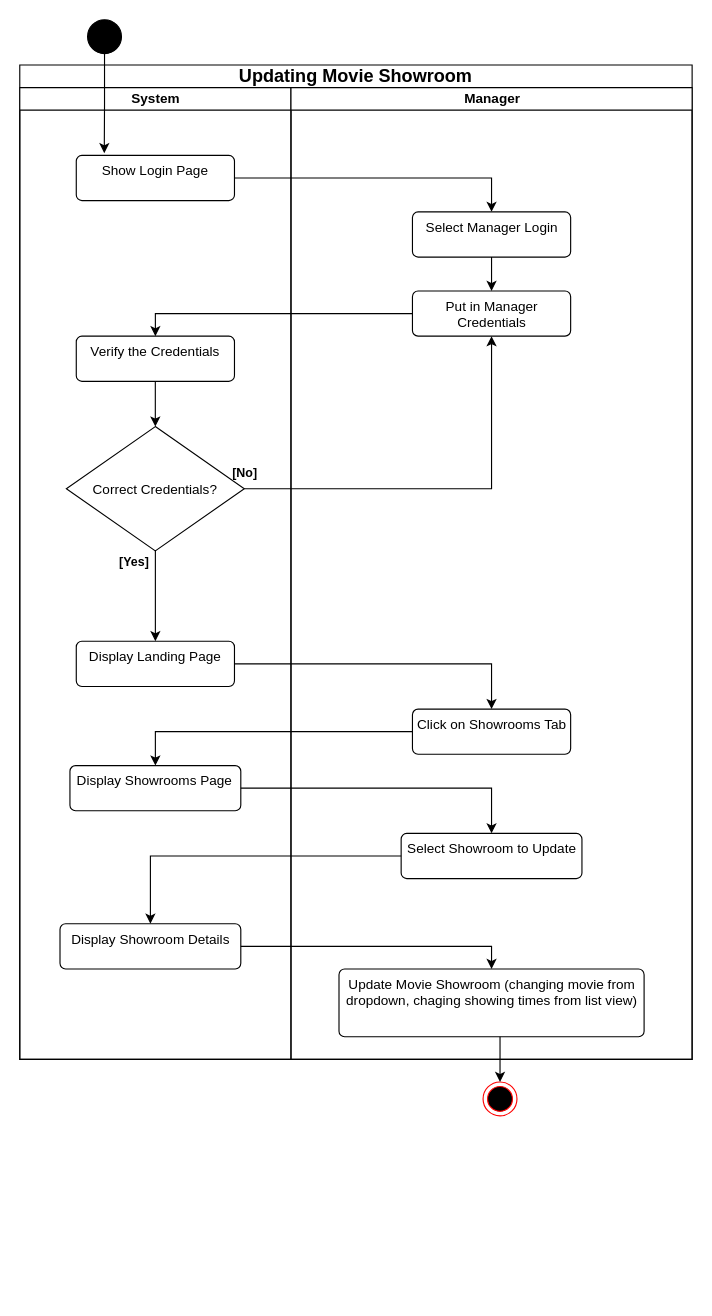
Above: updatingShowrooms_UML.drawio in JustinBouffard/MovieTheaterManagementApp (draw.io), before the change. Source tidied: cells renumbered, new cells numbered last; positions are measured from the earlier drawing's top-left corner, leaving out a move shared by most shapes. Both pictures are drawn from the tidied source at 113%, with x=0, y=0 at pixel (19, 19).
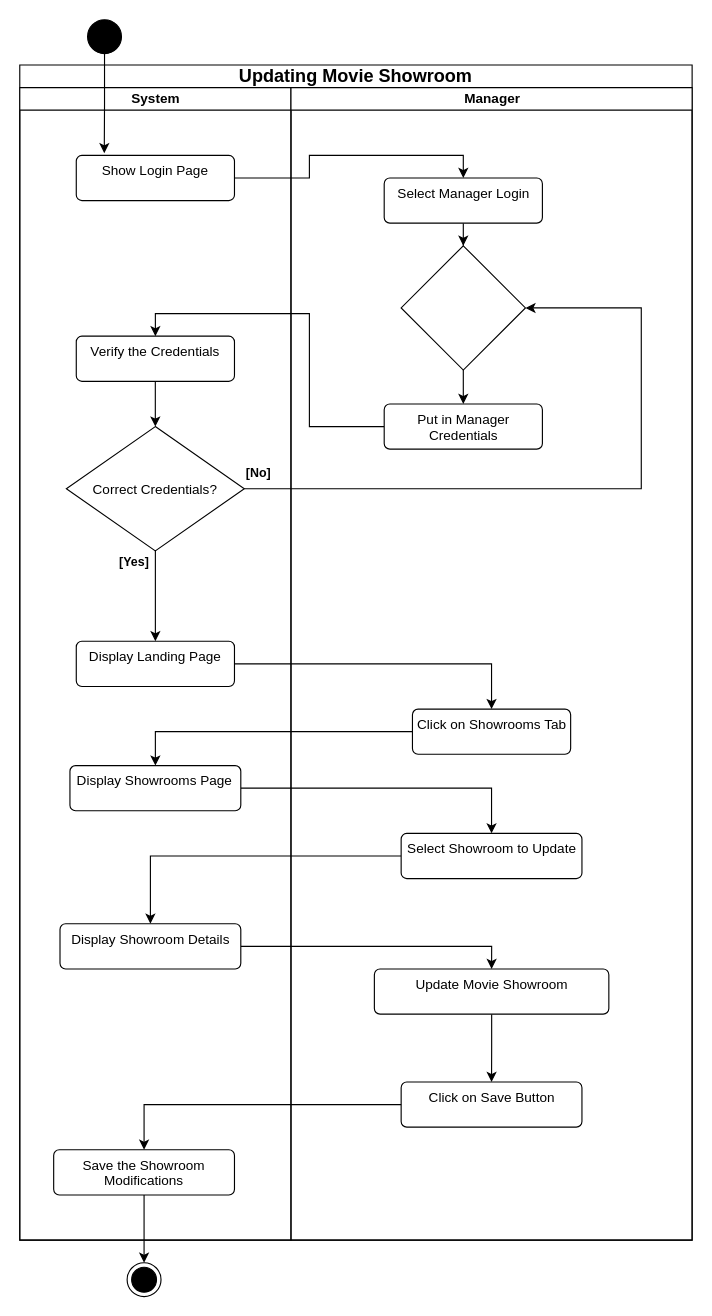
The same page after the edit.

Commit message (it also covers changes not shown here):
Finished showrooms diagram

Unchanged cells that the change refers to:
```xml
<mxCell id="4" value="Show Login Page" style="html=1;align=center;verticalAlign=top;rounded=1;absoluteArcSize=1;arcSize=10;dashed=0;whiteSpace=wrap;" parent="3" vertex="1">
  <mxGeometry x="50" y="60" width="140" height="40" as="geometry" />
</mxCell>
<mxCell id="7" value="Correct Credentials?" style="rhombus;" parent="3" vertex="1">
  <mxGeometry x="41.2" y="300" width="157.5" height="110" as="geometry" />
</mxCell>
<mxCell id="9" value="Verify the Credentials" style="html=1;align=center;verticalAlign=top;rounded=1;absoluteArcSize=1;arcSize=10;dashed=0;whiteSpace=wrap;" parent="3" vertex="1">
  <mxGeometry x="50" y="220" width="140" height="40" as="geometry" />
</mxCell>
<mxCell id="10" value="Display Landing Page" style="html=1;align=center;verticalAlign=top;rounded=1;absoluteArcSize=1;arcSize=10;dashed=0;whiteSpace=wrap;" parent="3" vertex="1">
  <mxGeometry x="50" y="490" width="140" height="40" as="geometry" />
</mxCell>
<mxCell id="11" value="Display Showrooms Page" style="html=1;align=center;verticalAlign=top;rounded=1;absoluteArcSize=1;arcSize=10;dashed=0;whiteSpace=wrap;" parent="3" vertex="1">
  <mxGeometry x="44.4" y="600" width="151.2" height="40" as="geometry" />
</mxCell>
<mxCell id="12" value="Display Showroom Details" style="html=1;align=center;verticalAlign=top;rounded=1;absoluteArcSize=1;arcSize=10;dashed=0;whiteSpace=wrap;" parent="3" vertex="1">
  <mxGeometry x="35.6" y="740" width="160" height="40" as="geometry" />
</mxCell>
<mxCell id="15" value="Click on Showrooms Tab" style="html=1;align=center;verticalAlign=top;rounded=1;absoluteArcSize=1;arcSize=10;dashed=0;whiteSpace=wrap;" parent="13" vertex="1">
  <mxGeometry x="107.5" y="550" width="140" height="40" as="geometry" />
</mxCell>
<mxCell id="16" value="Select Showroom to Update" style="html=1;align=center;verticalAlign=top;rounded=1;absoluteArcSize=1;arcSize=10;dashed=0;whiteSpace=wrap;" parent="13" vertex="1">
  <mxGeometry x="97.5" y="660" width="160" height="40" as="geometry" />
</mxCell>
```

The edit, as a diff of the source:
```diff
@@
     <mxCell id="2" value="&lt;span id=&quot;docs-internal-guid-aaa53051-7fff-d8b7-7d51-b51199adc41f&quot; style=&quot;&quot;&gt;&lt;span style=&quot;font-size: 12pt; background-color: transparent; font-variant-numeric: normal; font-variant-east-asian: normal; font-variant-alternates: normal; font-variant-position: normal; font-variant-emoji: normal; vertical-align: baseline; white-space: pre-wrap;&quot;&gt;Updating Movie Showroom&lt;/span&gt;&lt;/span&gt;" style="swimlane;startSize=20;html=1;verticalAlign=middle;whiteSpace=wrap;" parent="1" vertex="1">
-      <mxGeometry y="40" width="595" height="880" as="geometry" />
+      <mxGeometry y="40" width="595" height="1040" as="geometry" />
     </mxCell>
+    <mxCell id="20" style="edgeStyle=orthogonalEdgeStyle;rounded=0;jettySize=auto;html=1;entryX=0.5;entryY=0;entryDx=0;entryDy=0;" parent="2" edge="1" source="4" target="19">
+      <mxGeometry relative="1" as="geometry" />
+    </mxCell>
+    <mxCell id="21" style="edgeStyle=orthogonalEdgeStyle;rounded=0;jettySize=auto;html=1;entryX=0.5;entryY=0;entryDx=0;entryDy=0;" parent="2" edge="1" source="14" target="9">
+      <mxGeometry relative="1" as="geometry" />
+    </mxCell>
+    <mxCell id="24" style="edgeStyle=orthogonalEdgeStyle;rounded=0;jettySize=auto;html=1;entryX=0.5;entryY=0;entryDx=0;entryDy=0;" parent="2" edge="1" source="10" target="15">
+      <mxGeometry relative="1" as="geometry" />
+    </mxCell>
+    <mxCell id="25" style="edgeStyle=orthogonalEdgeStyle;rounded=0;jettySize=auto;html=1;entryX=0.5;entryY=0;entryDx=0;entryDy=0;" parent="2" edge="1" source="15" target="11">
+      <mxGeometry relative="1" as="geometry" />
+    </mxCell>
+    <mxCell id="26" style="edgeStyle=orthogonalEdgeStyle;rounded=0;jettySize=auto;html=1;entryX=0.5;entryY=0;entryDx=0;entryDy=0;" parent="2" edge="1" source="11" target="16">
+      <mxGeometry relative="1" as="geometry" />
+    </mxCell>
+    <mxCell id="27" style="edgeStyle=orthogonalEdgeStyle;rounded=0;jettySize=auto;html=1;entryX=0.5;entryY=0;entryDx=0;entryDy=0;" parent="2" edge="1" source="16" target="12">
+      <mxGeometry relative="1" as="geometry" />
+    </mxCell>
+    <mxCell id="28" style="edgeStyle=orthogonalEdgeStyle;rounded=0;jettySize=auto;html=1;entryX=0.5;entryY=0;entryDx=0;entryDy=0;" parent="2" edge="1" source="12" target="17">
+      <mxGeometry relative="1" as="geometry" />
+    </mxCell>
     <mxCell id="3" value="System" style="swimlane;startSize=20;html=1;" parent="2" vertex="1">
-      <mxGeometry y="20" width="240" height="860" as="geometry" />
+      <mxGeometry y="20" width="240" height="1020" as="geometry" />
     </mxCell>
@@
+    <mxCell id="33" value="Save the Showroom Modifications&lt;div&gt;&lt;br&gt;&lt;/div&gt;" style="html=1;align=center;verticalAlign=top;rounded=1;absoluteArcSize=1;arcSize=10;dashed=0;whiteSpace=wrap;" parent="3" vertex="1">
+      <mxGeometry x="30" y="940" width="160" height="40" as="geometry" />
+    </mxCell>
     <mxCell id="13" value="Manager" style="swimlane;startSize=20;html=1;" parent="2" vertex="1">
-      <mxGeometry x="240" y="20" width="355" height="860" as="geometry" />
+      <mxGeometry x="240" y="20" width="355" height="1020" as="geometry" />
     </mxCell>
     <mxCell id="14" value="Put in Manager Credentials" style="html=1;align=center;verticalAlign=top;rounded=1;absoluteArcSize=1;arcSize=10;dashed=0;whiteSpace=wrap;" parent="13" vertex="1">
-      <mxGeometry x="107.5" y="180" width="140" height="40" as="geometry" />
+      <mxGeometry x="82.5" y="280" width="140" height="40" as="geometry" />
     </mxCell>
@@
+    <mxCell id="34" style="edgeStyle=orthogonalEdgeStyle;rounded=0;jettySize=auto;html=1;" parent="13" edge="1" source="17" target="37">
+      <mxGeometry relative="1" as="geometry" />
+    </mxCell>
-    <mxCell id="17" value="Update Movie Showroom (changing movie from dropdown, chaging showing times from list view)" style="html=1;align=center;verticalAlign=top;rounded=1;absoluteArcSize=1;arcSize=10;dashed=0;whiteSpace=wrap;" parent="13" vertex="1">
-      <mxGeometry x="42.5" y="780" width="270" height="60" as="geometry" />
+    <mxCell id="17" value="Update Movie Showroom" style="html=1;align=center;verticalAlign=top;rounded=1;absoluteArcSize=1;arcSize=10;dashed=0;whiteSpace=wrap;" parent="13" vertex="1">
+      <mxGeometry x="73.8" y="780" width="207.5" height="40" as="geometry" />
     </mxCell>
-    <mxCell id="18" style="edgeStyle=orthogonalEdgeStyle;rounded=0;jettySize=auto;html=1;entryX=0.5;entryY=0;entryDx=0;entryDy=0;" parent="13" edge="1" source="19" target="14">
+    <mxCell id="18" style="edgeStyle=orthogonalEdgeStyle;rounded=0;jettySize=auto;html=1;entryX=0.5;entryY=0;entryDx=0;entryDy=0;" parent="13" edge="1" source="19" target="36">
       <mxGeometry relative="1" as="geometry" />
     </mxCell>
     <mxCell id="19" value="Select Manager Login" style="html=1;align=center;verticalAlign=top;rounded=1;absoluteArcSize=1;arcSize=10;dashed=0;whiteSpace=wrap;" parent="13" vertex="1">
-      <mxGeometry x="107.5" y="110" width="140" height="40" as="geometry" />
+      <mxGeometry x="82.5" y="80" width="140" height="40" as="geometry" />
     </mxCell>
-    <mxCell id="20" style="edgeStyle=orthogonalEdgeStyle;rounded=0;jettySize=auto;html=1;entryX=0.5;entryY=0;entryDx=0;entryDy=0;" parent="2" edge="1" source="4" target="19">
-      <mxGeometry relative="1" as="geometry" />
-    </mxCell>
-    <mxCell id="21" style="edgeStyle=orthogonalEdgeStyle;rounded=0;jettySize=auto;html=1;entryX=0.5;entryY=0;entryDx=0;entryDy=0;" parent="2" edge="1" source="14" target="9">
-      <mxGeometry relative="1" as="geometry" />
-    </mxCell>
-    <mxCell id="22" style="edgeStyle=orthogonalEdgeStyle;rounded=0;jettySize=auto;html=1;entryX=0.5;entryY=1;entryDx=0;entryDy=0;" parent="2" edge="1" source="7" target="14">
-      <mxGeometry relative="1" as="geometry" />
-    </mxCell>
+    <mxCell id="35" style="edgeStyle=orthogonalEdgeStyle;rounded=0;jettySize=auto;html=1;entryX=0.5;entryY=0;entryDx=0;entryDy=0;" parent="13" edge="1" source="36" target="14">
+      <mxGeometry relative="1" as="geometry" />
+    </mxCell>
+    <mxCell id="36" style="rhombus;whiteSpace=wrap;html=1;" parent="13" vertex="1">
+      <mxGeometry x="97.5" y="140" width="110" height="110" as="geometry" />
+    </mxCell>
+    <mxCell id="37" value="Click on Save Button" style="html=1;align=center;verticalAlign=top;rounded=1;absoluteArcSize=1;arcSize=10;dashed=0;whiteSpace=wrap;" parent="13" vertex="1">
+      <mxGeometry x="97.5" y="880" width="160" height="40" as="geometry" />
+    </mxCell>
+    <mxCell id="38" style="edgeStyle=orthogonalEdgeStyle;rounded=0;jettySize=auto;html=1;entryX=1;entryY=0.5;entryDx=0;entryDy=0;" parent="2" edge="1" source="7" target="36">
+      <mxGeometry relative="1" as="geometry">
+        <Array as="points">
+          <mxPoint x="550" y="375" />
+          <mxPoint x="550" y="215" />
+        </Array>
+      </mxGeometry>
+    </mxCell>
-    <mxCell id="23" value="&lt;b&gt;[No]&lt;/b&gt;" style="edgeLabel;html=1;align=center;verticalAlign=middle;" parent="22" vertex="1">
-      <mxGeometry x="-0.89" relative="1" as="geometry">
-        <mxPoint x="-19" y="-15" as="offset" />
+    <mxCell id="23" value="&lt;b&gt;[No]&lt;/b&gt;" style="edgeLabel;html=1;align=center;verticalAlign=middle;" parent="38" vertex="1">
+      <mxGeometry x="-0.93" y="1" relative="1" as="geometry">
+        <mxPoint x="-9" y="-14" as="offset" />
       </mxGeometry>
     </mxCell>
-    <mxCell id="24" style="edgeStyle=orthogonalEdgeStyle;rounded=0;jettySize=auto;html=1;entryX=0.5;entryY=0;entryDx=0;entryDy=0;" parent="2" edge="1" source="10" target="15">
-      <mxGeometry relative="1" as="geometry" />
-    </mxCell>
-    <mxCell id="25" style="edgeStyle=orthogonalEdgeStyle;rounded=0;jettySize=auto;html=1;entryX=0.5;entryY=0;entryDx=0;entryDy=0;" parent="2" edge="1" source="15" target="11">
-      <mxGeometry relative="1" as="geometry" />
-    </mxCell>
-    <mxCell id="26" style="edgeStyle=orthogonalEdgeStyle;rounded=0;jettySize=auto;html=1;entryX=0.5;entryY=0;entryDx=0;entryDy=0;" parent="2" edge="1" source="11" target="16">
-      <mxGeometry relative="1" as="geometry" />
-    </mxCell>
-    <mxCell id="27" style="edgeStyle=orthogonalEdgeStyle;rounded=0;jettySize=auto;html=1;entryX=0.5;entryY=0;entryDx=0;entryDy=0;" parent="2" edge="1" source="16" target="12">
-      <mxGeometry relative="1" as="geometry" />
-    </mxCell>
-    <mxCell id="28" style="edgeStyle=orthogonalEdgeStyle;rounded=0;jettySize=auto;html=1;entryX=0.5;entryY=0;entryDx=0;entryDy=0;" parent="2" edge="1" source="12" target="17">
-      <mxGeometry relative="1" as="geometry" />
-    </mxCell>
+    <mxCell id="39" style="edgeStyle=orthogonalEdgeStyle;rounded=0;jettySize=auto;html=1;" parent="2" edge="1" source="37" target="33">
+      <mxGeometry relative="1" as="geometry" />
+    </mxCell>
@@
-    <mxCell id="30" style="ellipse;html=1;shape=endState;fillColor=#000000;strokeColor=#ff0000;" parent="1" vertex="1">
-      <mxGeometry x="410" y="940" width="30" height="30" as="geometry" />
-    </mxCell>
@@
-    <mxCell id="32" style="edgeStyle=orthogonalEdgeStyle;rounded=0;jettySize=auto;html=1;entryX=0.5;entryY=0;entryDx=0;entryDy=0;" parent="1" edge="1" source="17" target="30">
-      <mxGeometry relative="1" as="geometry">
-        <Array as="points">
-          <mxPoint x="425" y="910" />
-          <mxPoint x="425" y="910" />
-        </Array>
-      </mxGeometry>
-    </mxCell>
+    <mxCell id="40" style="ellipse;html=1;shape=endState;fillColor=strokeColor;" parent="1" vertex="1">
+      <mxGeometry x="95" y="1100" width="30" height="30" as="geometry" />
+    </mxCell>
+    <mxCell id="41" style="edgeStyle=orthogonalEdgeStyle;rounded=0;jettySize=auto;html=1;" parent="1" edge="1" source="33" target="40">
+      <mxGeometry relative="1" as="geometry" />
+    </mxCell>
```
